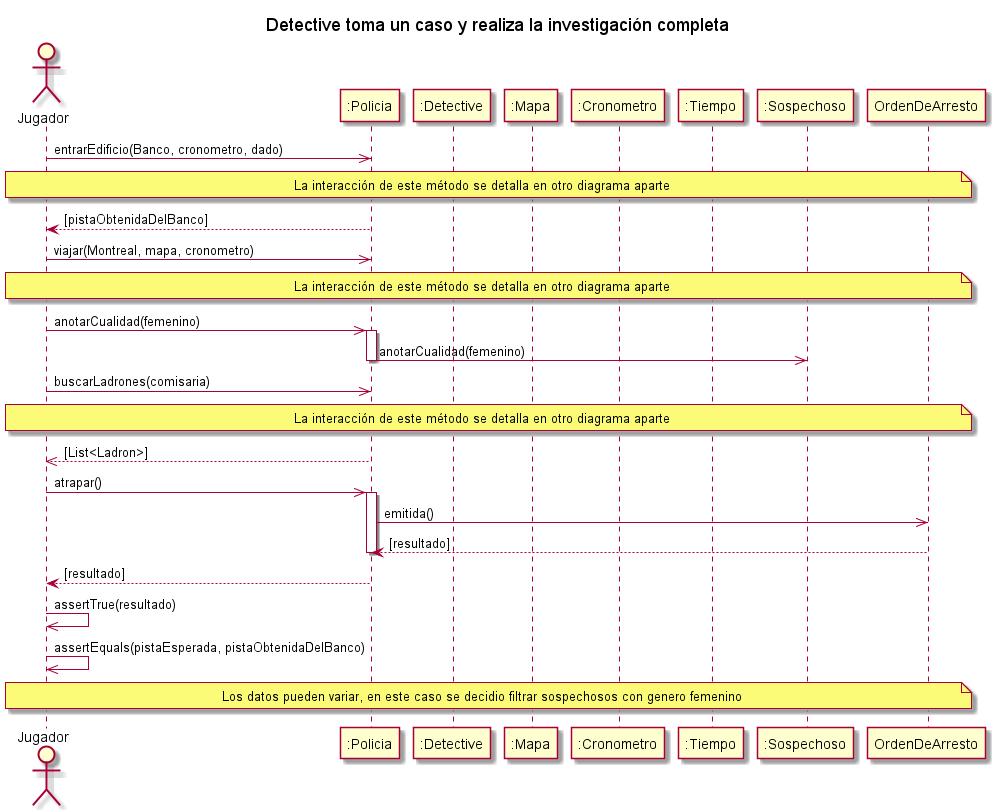
Above: diagrams/sequences/entrega2/DS_DetectiveTomaCasoYRealizaInvestigacionCompleta.png in kmu01/Algo3_tp2 (PlantUML), before the change.
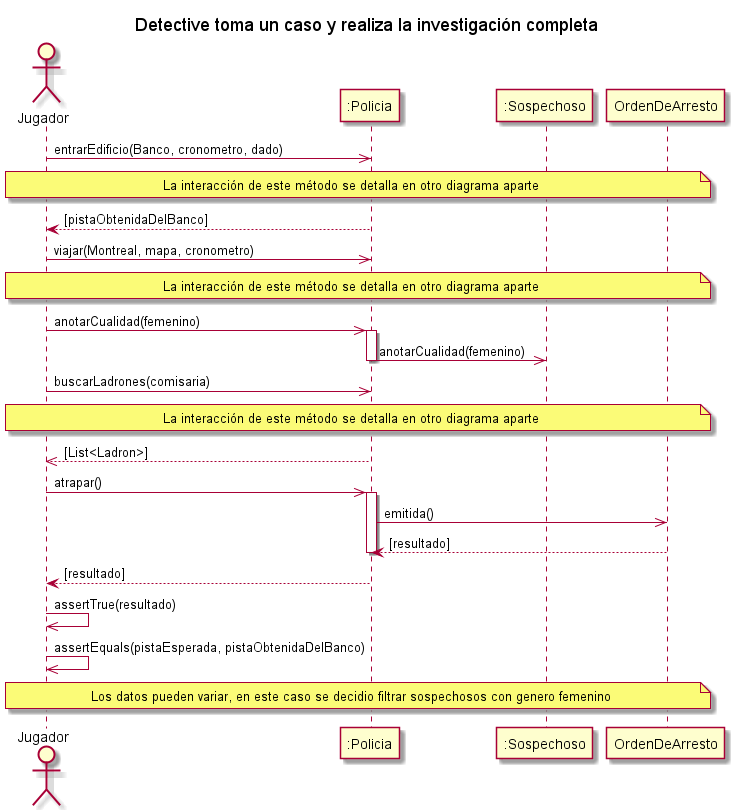
The same diagram one commit later.

Change to the diagram source:
```diff
@@ -3,10 +3,6 @@
 
 actor "Jugador" as AlgoThief
 participant ":Policia" as Policia
-participant ":Detective" as Grado
-participant ":Mapa" as Mapa
-participant ":Cronometro" as Cronometro
-participant ":Tiempo" as Tiempo
 participant ":Sospechoso" as Sospechoso
 participant "OrdenDeArresto" as Orden
 
```
